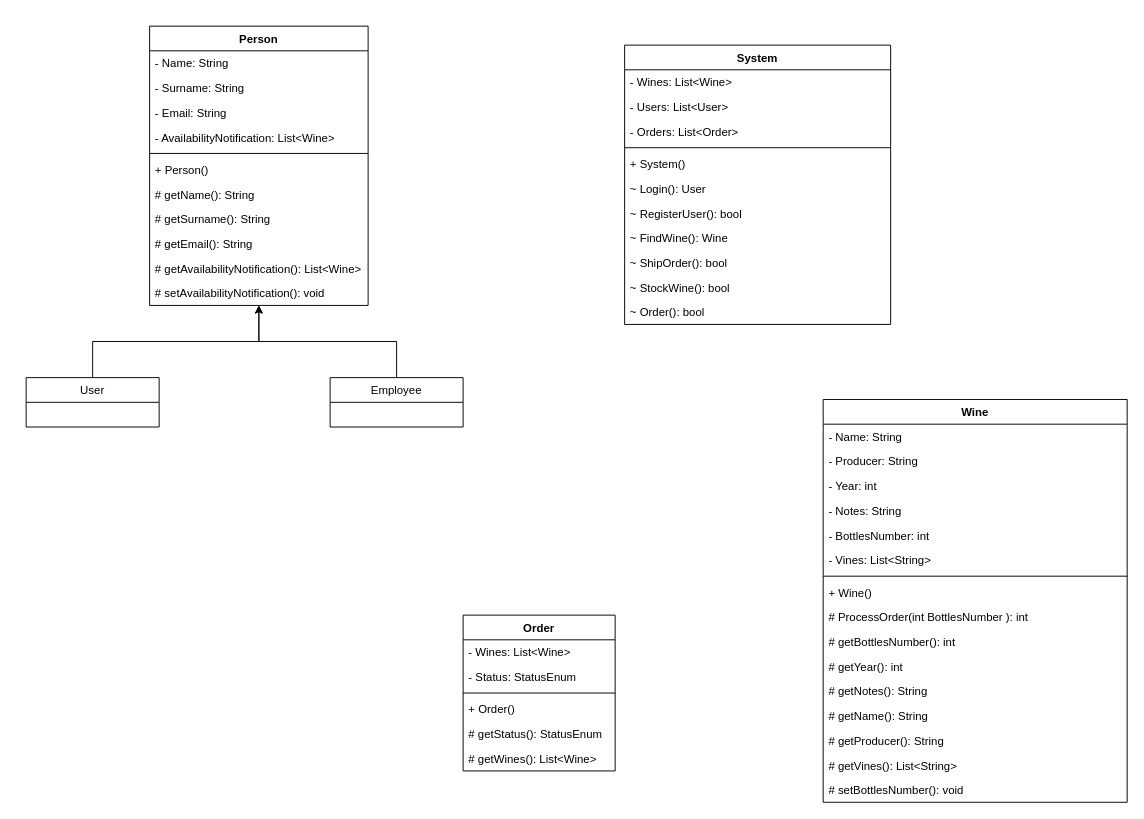
This is Class_Diagram.drawio from MatteoDiGiorgio99/WineStoreSystemManagement, a draw.io file, before an edit. Source tidied: cells renumbered, new cells numbered last; positions are measured from the earlier drawing's top-left corner, leaving out a move shared by most shapes. Both pictures are drawn from the tidied source at 95%, with x=0, y=0 at pixel (26, 26).
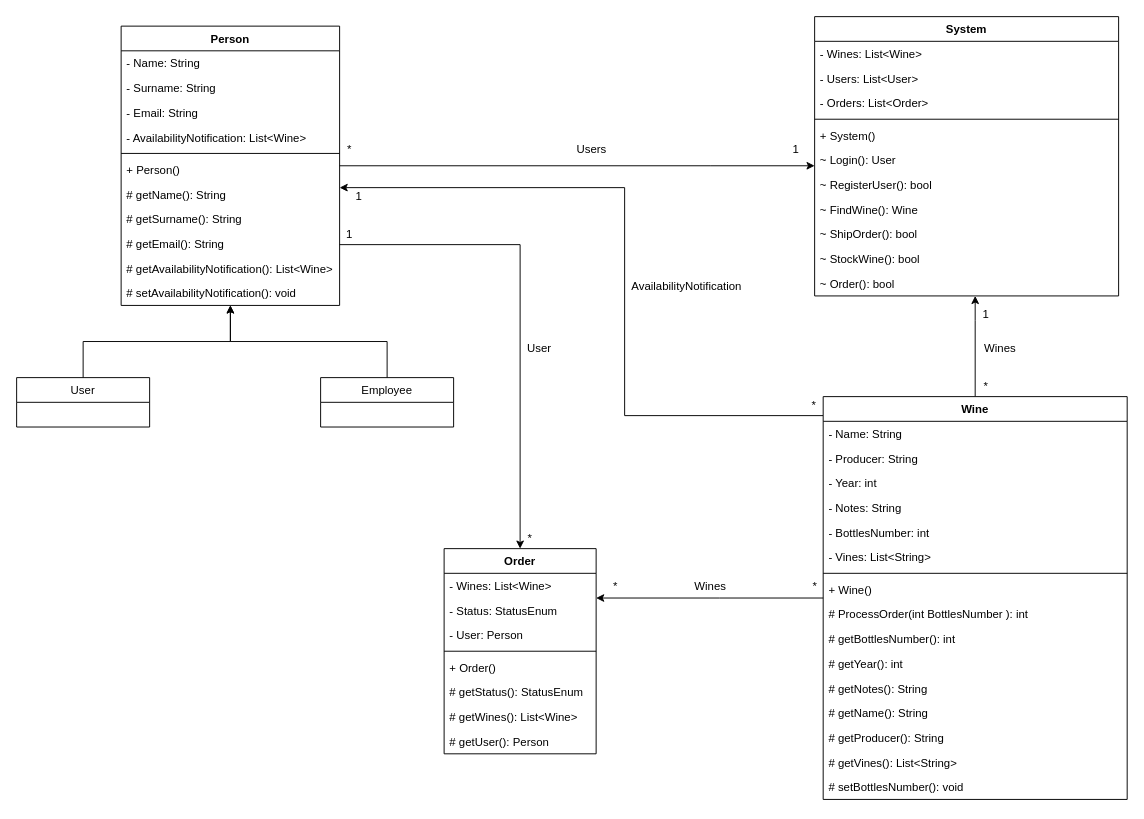
The same page after the edit.

What changed in the source:
```diff
@@
     <mxCell id="3" value="User" style="swimlane;fontStyle=0;horizontal=1;startSize=26;fillColor=none;" parent="1" vertex="1">
-      <mxGeometry y="370" width="140" height="52" as="geometry" />
+      <mxGeometry x="-10" y="370" width="140" height="52" as="geometry" />
     </mxCell>
@@
     <mxCell id="5" value="Employee" style="swimlane;fontStyle=0;horizontal=1;startSize=26;fillColor=none;" parent="1" vertex="1">
-      <mxGeometry x="320" y="370" width="140" height="52" as="geometry" />
+      <mxGeometry x="310" y="370" width="140" height="52" as="geometry" />
     </mxCell>
+    <mxCell id="54" style="edgeStyle=orthogonalEdgeStyle;rounded=0;jettySize=auto;html=1;" parent="1" edge="1" source="6" target="35">
+      <mxGeometry relative="1" as="geometry">
+        <Array as="points">
+          <mxPoint x="720" y="147" />
+          <mxPoint x="720" y="147" />
+        </Array>
+      </mxGeometry>
+    </mxCell>
+    <mxCell id="55" style="edgeStyle=orthogonalEdgeStyle;rounded=0;jettySize=auto;html=1;entryX=0.5;entryY=0;entryDx=0;entryDy=0;" parent="1" edge="1" source="6" target="47">
+      <mxGeometry relative="1" as="geometry">
+        <Array as="points">
+          <mxPoint x="520" y="230" />
+        </Array>
+      </mxGeometry>
+    </mxCell>
     <mxCell id="6" value="Person" style="swimlane;fontStyle=1;align=center;verticalAlign=top;horizontal=1;startSize=26;" parent="1" vertex="1">
-      <mxGeometry x="130" width="230" height="294" as="geometry" />
+      <mxGeometry x="100" width="230" height="294" as="geometry" />
     </mxCell>
@@
+    <mxCell id="56" style="edgeStyle=orthogonalEdgeStyle;rounded=0;jettySize=auto;html=1;" parent="1" edge="1" source="18" target="35">
+      <mxGeometry relative="1" as="geometry">
+        <Array as="points">
+          <mxPoint x="999" y="310" />
+          <mxPoint x="999" y="310" />
+        </Array>
+      </mxGeometry>
+    </mxCell>
+    <mxCell id="57" style="edgeStyle=orthogonalEdgeStyle;rounded=0;jettySize=auto;html=1;" parent="1" edge="1" source="18" target="6">
+      <mxGeometry relative="1" as="geometry">
+        <Array as="points">
+          <mxPoint x="630" y="410" />
+          <mxPoint x="630" y="170" />
+        </Array>
+      </mxGeometry>
+    </mxCell>
+    <mxCell id="58" style="edgeStyle=orthogonalEdgeStyle;rounded=0;jettySize=auto;html=1;" parent="1" edge="1" source="18" target="47">
+      <mxGeometry relative="1" as="geometry">
+        <Array as="points">
+          <mxPoint x="730" y="602" />
+          <mxPoint x="730" y="602" />
+        </Array>
+      </mxGeometry>
+    </mxCell>
     <mxCell id="18" value="Wine" style="swimlane;fontStyle=1;align=center;verticalAlign=top;horizontal=1;startSize=26;" parent="1" vertex="1">
-      <mxGeometry x="839" y="393" width="320" height="424" as="geometry" />
+      <mxGeometry x="839" y="390" width="320" height="424" as="geometry" />
     </mxCell>
@@
     <mxCell id="35" value="System" style="swimlane;fontStyle=1;align=center;verticalAlign=top;horizontal=1;startSize=26;" parent="1" vertex="1">
-      <mxGeometry x="630" y="20" width="280" height="294" as="geometry" />
+      <mxGeometry x="830" y="-10" width="320" height="294" as="geometry" />
     </mxCell>
     <mxCell id="36" value="- Wines: List&lt;Wine&gt;&#10;" style="text;strokeColor=none;fillColor=none;align=left;verticalAlign=top;spacingLeft=4;spacingRight=4;overflow=hidden;" parent="35" vertex="1">
-      <mxGeometry y="26" width="280" height="26" as="geometry" />
+      <mxGeometry y="26" width="320" height="26" as="geometry" />
     </mxCell>
     <mxCell id="37" value="- Users: List&lt;User&gt;" style="text;strokeColor=none;fillColor=none;align=left;verticalAlign=top;spacingLeft=4;spacingRight=4;overflow=hidden;" parent="35" vertex="1">
-      <mxGeometry y="52" width="280" height="26" as="geometry" />
+      <mxGeometry y="52" width="320" height="26" as="geometry" />
     </mxCell>
     <mxCell id="38" value="- Orders: List&lt;Order&gt;" style="text;strokeColor=none;fillColor=none;align=left;verticalAlign=top;spacingLeft=4;spacingRight=4;overflow=hidden;" parent="35" vertex="1">
-      <mxGeometry y="78" width="280" height="26" as="geometry" />
+      <mxGeometry y="78" width="320" height="26" as="geometry" />
     </mxCell>
     <mxCell id="39" style="line;strokeWidth=1;fillColor=none;align=left;verticalAlign=middle;spacingTop=-1;spacingLeft=3;spacingRight=3;labelPosition=right;" parent="35" vertex="1">
-      <mxGeometry y="104" width="280" height="8" as="geometry" />
+      <mxGeometry y="104" width="320" height="8" as="geometry" />
     </mxCell>
     <mxCell id="40" value="+ System()&#10;" style="text;strokeColor=none;fillColor=none;align=left;verticalAlign=top;spacingLeft=4;spacingRight=4;overflow=hidden;" parent="35" vertex="1">
-      <mxGeometry y="112" width="280" height="26" as="geometry" />
+      <mxGeometry y="112" width="320" height="26" as="geometry" />
     </mxCell>
     <mxCell id="41" value="~ Login(): User" style="text;strokeColor=none;fillColor=none;align=left;verticalAlign=top;spacingLeft=4;spacingRight=4;overflow=hidden;" parent="35" vertex="1">
-      <mxGeometry y="138" width="280" height="26" as="geometry" />
+      <mxGeometry y="138" width="320" height="26" as="geometry" />
     </mxCell>
     <mxCell id="42" value="~ RegisterUser(): bool" style="text;strokeColor=none;fillColor=none;align=left;verticalAlign=top;spacingLeft=4;spacingRight=4;overflow=hidden;" parent="35" vertex="1">
-      <mxGeometry y="164" width="280" height="26" as="geometry" />
+      <mxGeometry y="164" width="320" height="26" as="geometry" />
     </mxCell>
     <mxCell id="43" value="~ FindWine(): Wine" style="text;strokeColor=none;fillColor=none;align=left;verticalAlign=top;spacingLeft=4;spacingRight=4;overflow=hidden;" parent="35" vertex="1">
-      <mxGeometry y="190" width="280" height="26" as="geometry" />
+      <mxGeometry y="190" width="320" height="26" as="geometry" />
     </mxCell>
     <mxCell id="44" value="~ ShipOrder(): bool" style="text;strokeColor=none;fillColor=none;align=left;verticalAlign=top;spacingLeft=4;spacingRight=4;overflow=hidden;" parent="35" vertex="1">
-      <mxGeometry y="216" width="280" height="26" as="geometry" />
+      <mxGeometry y="216" width="320" height="26" as="geometry" />
     </mxCell>
     <mxCell id="45" value="~ StockWine(): bool" style="text;strokeColor=none;fillColor=none;align=left;verticalAlign=top;spacingLeft=4;spacingRight=4;overflow=hidden;" parent="35" vertex="1">
-      <mxGeometry y="242" width="280" height="26" as="geometry" />
+      <mxGeometry y="242" width="320" height="26" as="geometry" />
     </mxCell>
     <mxCell id="46" value="~ Order(): bool" style="text;strokeColor=none;fillColor=none;align=left;verticalAlign=top;spacingLeft=4;spacingRight=4;overflow=hidden;" parent="35" vertex="1">
-      <mxGeometry y="268" width="280" height="26" as="geometry" />
+      <mxGeometry y="268" width="320" height="26" as="geometry" />
     </mxCell>
     <mxCell id="47" value="Order" style="swimlane;fontStyle=1;align=center;verticalAlign=top;horizontal=1;startSize=26;" parent="1" vertex="1">
-      <mxGeometry x="460" y="620" width="160" height="164" as="geometry" />
+      <mxGeometry x="440" y="550" width="160" height="216" as="geometry" />
     </mxCell>
@@
+    <mxCell id="59" value="- User: Person" style="text;strokeColor=none;fillColor=none;align=left;verticalAlign=top;spacingLeft=4;spacingRight=4;overflow=hidden;" parent="47" vertex="1">
+      <mxGeometry y="78" width="160" height="26" as="geometry" />
+    </mxCell>
     <mxCell id="50" style="line;strokeWidth=1;fillColor=none;align=left;verticalAlign=middle;spacingTop=-1;spacingLeft=3;spacingRight=3;labelPosition=right;" parent="47" vertex="1">
-      <mxGeometry y="78" width="160" height="8" as="geometry" />
+      <mxGeometry y="104" width="160" height="8" as="geometry" />
     </mxCell>
     <mxCell id="51" value="+ Order()&#10;" style="text;strokeColor=none;fillColor=none;align=left;verticalAlign=top;spacingLeft=4;spacingRight=4;overflow=hidden;" parent="47" vertex="1">
-      <mxGeometry y="86" width="160" height="26" as="geometry" />
+      <mxGeometry y="112" width="160" height="26" as="geometry" />
     </mxCell>
     <mxCell id="52" value="# getStatus(): StatusEnum&#10;" style="text;strokeColor=none;fillColor=none;align=left;verticalAlign=top;spacingLeft=4;spacingRight=4;overflow=hidden;" parent="47" vertex="1">
-      <mxGeometry y="112" width="160" height="26" as="geometry" />
+      <mxGeometry y="138" width="160" height="26" as="geometry" />
     </mxCell>
     <mxCell id="53" value="# getWines(): List&lt;Wine&gt;" style="text;strokeColor=none;fillColor=none;align=left;verticalAlign=top;spacingLeft=4;spacingRight=4;overflow=hidden;" parent="47" vertex="1">
-      <mxGeometry y="138" width="160" height="26" as="geometry" />
+      <mxGeometry y="164" width="160" height="26" as="geometry" />
     </mxCell>
+    <mxCell id="60" value="# getUser(): Person" style="text;strokeColor=none;fillColor=none;align=left;verticalAlign=top;spacingLeft=4;spacingRight=4;overflow=hidden;" parent="47" vertex="1">
+      <mxGeometry y="190" width="160" height="26" as="geometry" />
+    </mxCell>
+    <mxCell id="61" value="*" style="text;html=1;align=center;verticalAlign=middle;" parent="1" vertex="1">
+      <mxGeometry x="330" y="120" width="20" height="20" as="geometry" />
+    </mxCell>
+    <mxCell id="62" value="1" style="text;html=1;align=center;verticalAlign=middle;" parent="1" vertex="1">
+      <mxGeometry x="800" y="120" width="20" height="20" as="geometry" />
+    </mxCell>
+    <mxCell id="63" value="Users" style="text;html=1;align=center;verticalAlign=middle;" parent="1" vertex="1">
+      <mxGeometry x="569.5" y="120" width="50" height="20" as="geometry" />
+    </mxCell>
+    <mxCell id="64" value="*" style="text;html=1;align=center;verticalAlign=middle;" parent="1" vertex="1">
+      <mxGeometry x="1000" y="370" width="20" height="20" as="geometry" />
+    </mxCell>
+    <mxCell id="65" value="1" style="text;html=1;align=center;verticalAlign=middle;" parent="1" vertex="1">
+      <mxGeometry x="1000" y="294" width="20" height="20" as="geometry" />
+    </mxCell>
+    <mxCell id="66" value="Wines" style="text;html=1;align=center;verticalAlign=middle;" parent="1" vertex="1">
+      <mxGeometry x="1000" y="330" width="50" height="20" as="geometry" />
+    </mxCell>
+    <mxCell id="67" value="*" style="text;html=1;align=center;verticalAlign=middle;" parent="1" vertex="1">
+      <mxGeometry x="819" y="390" width="20" height="20" as="geometry" />
+    </mxCell>
+    <mxCell id="68" value="1" style="text;html=1;align=center;verticalAlign=middle;" parent="1" vertex="1">
+      <mxGeometry x="340" y="170" width="20" height="20" as="geometry" />
+    </mxCell>
+    <mxCell id="69" value="AvailabilityNotification" style="text;html=1;align=center;verticalAlign=middle;" parent="1" vertex="1">
+      <mxGeometry x="630" y="264" width="130" height="20" as="geometry" />
+    </mxCell>
+    <mxCell id="70" value="1" style="text;html=1;align=center;verticalAlign=middle;" parent="1" vertex="1">
+      <mxGeometry x="330" y="210" width="20" height="20" as="geometry" />
+    </mxCell>
+    <mxCell id="71" value="*" style="text;html=1;align=center;verticalAlign=middle;" parent="1" vertex="1">
+      <mxGeometry x="520" y="530" width="20" height="20" as="geometry" />
+    </mxCell>
+    <mxCell id="72" value="User" style="text;html=1;align=center;verticalAlign=middle;" parent="1" vertex="1">
+      <mxGeometry x="520" y="330" width="40" height="20" as="geometry" />
+    </mxCell>
+    <mxCell id="73" value="*" style="text;html=1;align=center;verticalAlign=middle;" parent="1" vertex="1">
+      <mxGeometry x="610" y="580" width="20" height="20" as="geometry" />
+    </mxCell>
+    <mxCell id="74" value="*" style="text;html=1;align=center;verticalAlign=middle;" parent="1" vertex="1">
+      <mxGeometry x="820" y="580" width="20" height="20" as="geometry" />
+    </mxCell>
+    <mxCell id="75" value="Wines" style="text;html=1;align=center;verticalAlign=middle;" parent="1" vertex="1">
+      <mxGeometry x="695" y="580" width="50" height="20" as="geometry" />
+    </mxCell>
```
